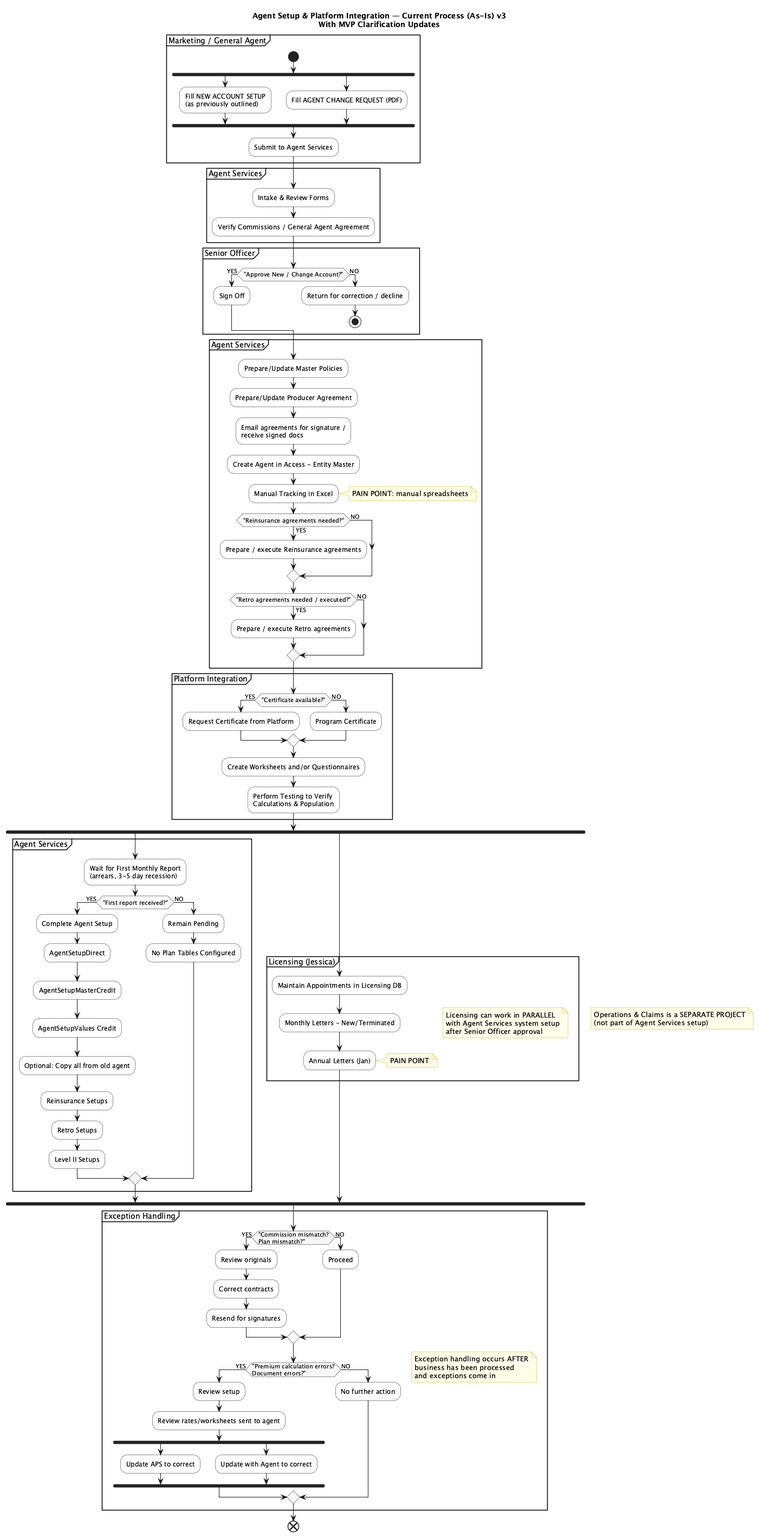
Earlier version of the PlantUML export Project Documentation/current_process_as_is_v3.png (VardanianJacob/Agent-Services---Documentation). Source of this version:
```plantuml
@startuml
title Agent Setup & Platform Integration — Current Process (As-Is) v3\nWith MVP Clarification Updates

skinparam activity {
  BackgroundColor White
  BarColor #222
  StartColor #222
  EndColor #222
  DiamondBackgroundColor #f7f7f7
}
skinparam note {
  BackgroundColor #fffde7
  BorderColor #c0b800
}

partition "Marketing / General Agent" {
  start
  fork
    :Fill NEW ACCOUNT SETUP\n(as previously outlined);
  fork again
    :Fill AGENT CHANGE REQUEST (PDF);
  end fork
  :Submit to Agent Services;
}

partition "Agent Services" {
  :Intake & Review Forms;
  :Verify Commissions / General Agent Agreement;
}

partition "Senior Officer" {
  if ("Approve New / Change Account?") then (YES)
    :Sign Off;
  else (NO)
    :Return for correction / decline;
    stop
  endif
}

partition "Agent Services" {
  :Prepare/Update Master Policies;
  :Prepare/Update Producer Agreement;
  :Email agreements for signature /\nreceive signed docs;
  :Create Agent in Access - Entity Master;
  :Manual Tracking in Excel;
  note right
    PAIN POINT: manual spreadsheets
  end note

  if ("Reinsurance agreements needed?") then (YES)
    :Prepare / execute Reinsurance agreements;
  else (NO)
  endif

  if ("Retro agreements needed / executed?") then (YES)
    :Prepare / execute Retro agreements;
  else (NO)
  endif
}

partition "Platform Integration" {
  if ("Certificate available?") then (YES)
    :Request Certificate from Platform;
  else (NO)
    :Program Certificate;
  endif

  :Create Worksheets and/or Questionnaires;
  :Perform Testing to Verify\nCalculations & Population;
}

fork

partition "Agent Services" {
  :Wait for First Monthly Report\n(arrears, 3-5 day recession);
  if ("First report received?") then (YES)
    :Complete Agent Setup;
    :AgentSetupDirect;
    :AgentSetupMasterCredit;
    :AgentSetupValues Credit;
    :Optional: Copy all from old agent;
    :Reinsurance Setups;
    :Retro Setups;
    :Level II Setups;
  else (NO)
    :Remain Pending;
    :No Plan Tables Configured;
  endif
}

fork again

partition "Licensing (Jessica)" {
  note right
    Licensing can work in PARALLEL
    with Agent Services system setup
    after Senior Officer approval
  end note
  :Maintain Appointments in Licensing DB;
  :Monthly Letters - New/Terminated;
  :Annual Letters (Jan);
  note right
    PAIN POINT
  end note
}

end fork

note right
  Operations & Claims is a SEPARATE PROJECT
  (not part of Agent Services setup)
end note

partition "Exception Handling" {
  note right
    Exception handling occurs AFTER
    business has been processed
    and exceptions come in
  end note

  if ("Commission mismatch?\nPlan mismatch?") then (YES)
    :Review originals;
    :Correct contracts;
    :Resend for signatures;
  else (NO)
    :Proceed;
  endif

  if ("Premium calculation errors?\nDocument errors?") then (YES)
    :Review setup;
    :Review rates/worksheets sent to agent;
    fork
      :Update APS to correct;
    fork again
      :Update with Agent to correct;
    end fork
  else (NO)
    :No further action;
  endif
}

end
@enduml
```
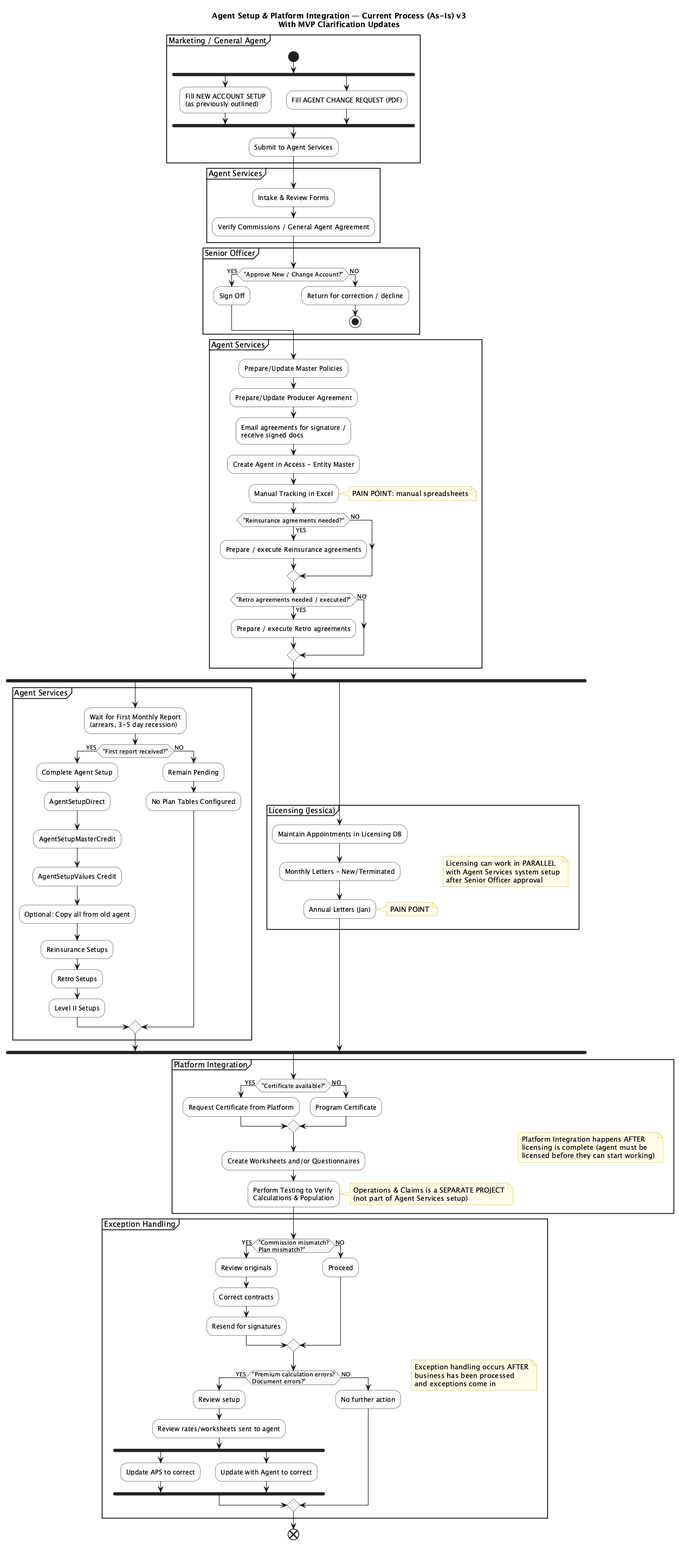
Later version of the same file.

Commit message:
fix: correct process order in v3 diagrams - licensing must complete before Platform Integration

The edit, as a diff of the source:
```diff
@@ -58,17 +58,6 @@
   endif
 }
 
-partition "Platform Integration" {
-  if ("Certificate available?") then (YES)
-    :Request Certificate from Platform;
-  else (NO)
-    :Program Certificate;
-  endif
-
-  :Create Worksheets and/or Questionnaires;
-  :Perform Testing to Verify\nCalculations & Population;
-}
-
 fork
 
 partition "Agent Services" {
@@ -106,6 +95,22 @@
 
 end fork
 
+partition "Platform Integration" {
+  note right
+    Platform Integration happens AFTER
+    licensing is complete (agent must be
+    licensed before they can start working)
+  end note
+  if ("Certificate available?") then (YES)
+    :Request Certificate from Platform;
+  else (NO)
+    :Program Certificate;
+  endif
+
+  :Create Worksheets and/or Questionnaires;
+  :Perform Testing to Verify\nCalculations & Population;
+}
+
 note right
   Operations & Claims is a SEPARATE PROJECT
   (not part of Agent Services setup)
```
